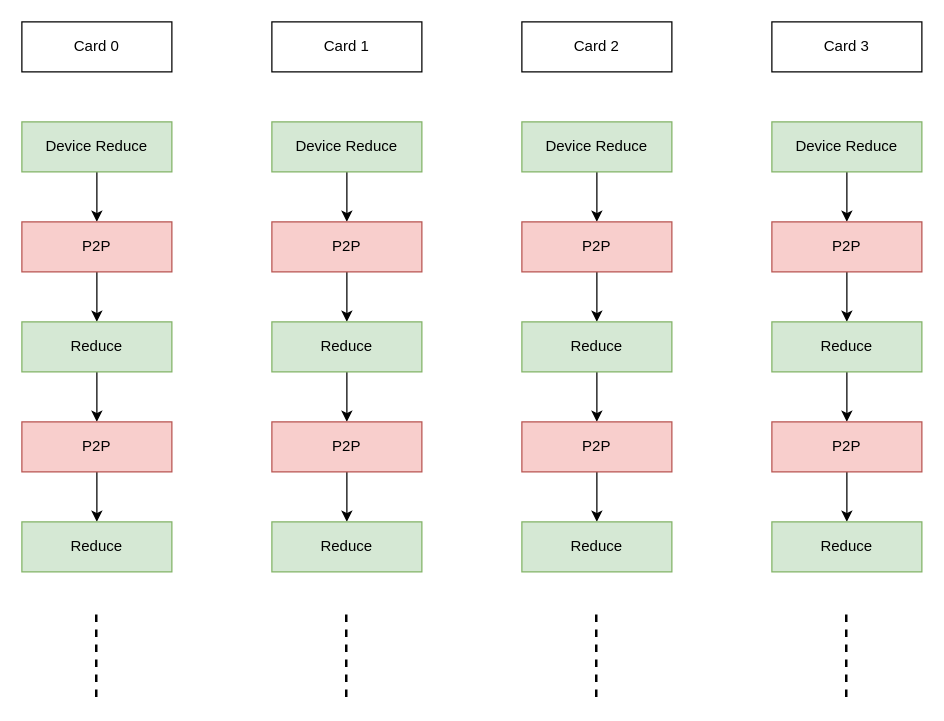
Before: TCCL/Ring_device_allreduce.drawio in BEYHHH/SBLP, a draw.io diagram. Source tidied: cells renumbered, new cells numbered last; positions are measured from the earlier drawing's top-left corner, leaving out a move shared by most shapes. Both pictures are drawn from the tidied source at 125%, with x=0, y=0 at pixel (21, 21).
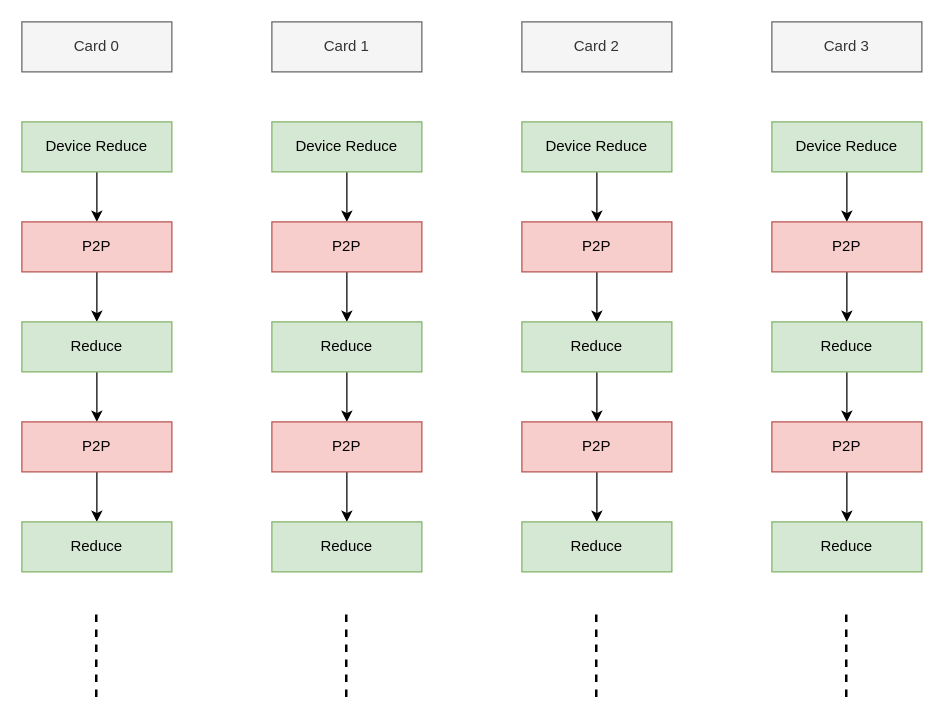
The same page after the edit.

Change to the diagram source:
```diff
@@
-    <mxCell id="38" value="Card 0" style="rounded=0;whiteSpace=wrap;html=1;" parent="1" vertex="1">
+    <mxCell id="38" value="Card 0" style="rounded=0;whiteSpace=wrap;html=1;fillColor=#f5f5f5;fontColor=#333333;strokeColor=#666666;" parent="1" vertex="1">
       <mxGeometry width="120" height="40" as="geometry" />
     </mxCell>
-    <mxCell id="39" value="Card 1" style="rounded=0;whiteSpace=wrap;html=1;" parent="1" vertex="1">
+    <mxCell id="39" value="Card 1" style="rounded=0;whiteSpace=wrap;html=1;fillColor=#f5f5f5;fontColor=#333333;strokeColor=#666666;" parent="1" vertex="1">
       <mxGeometry x="200" width="120" height="40" as="geometry" />
     </mxCell>
-    <mxCell id="40" value="Card 2" style="rounded=0;whiteSpace=wrap;html=1;" parent="1" vertex="1">
+    <mxCell id="40" value="Card 2" style="rounded=0;whiteSpace=wrap;html=1;fillColor=#f5f5f5;fontColor=#333333;strokeColor=#666666;" parent="1" vertex="1">
       <mxGeometry x="400" width="120" height="40" as="geometry" />
     </mxCell>
-    <mxCell id="41" value="Card 3" style="rounded=0;whiteSpace=wrap;html=1;" parent="1" vertex="1">
+    <mxCell id="41" value="Card 3" style="rounded=0;whiteSpace=wrap;html=1;fillColor=#f5f5f5;fontColor=#333333;strokeColor=#666666;" parent="1" vertex="1">
       <mxGeometry x="600" width="120" height="40" as="geometry" />
     </mxCell>
```
